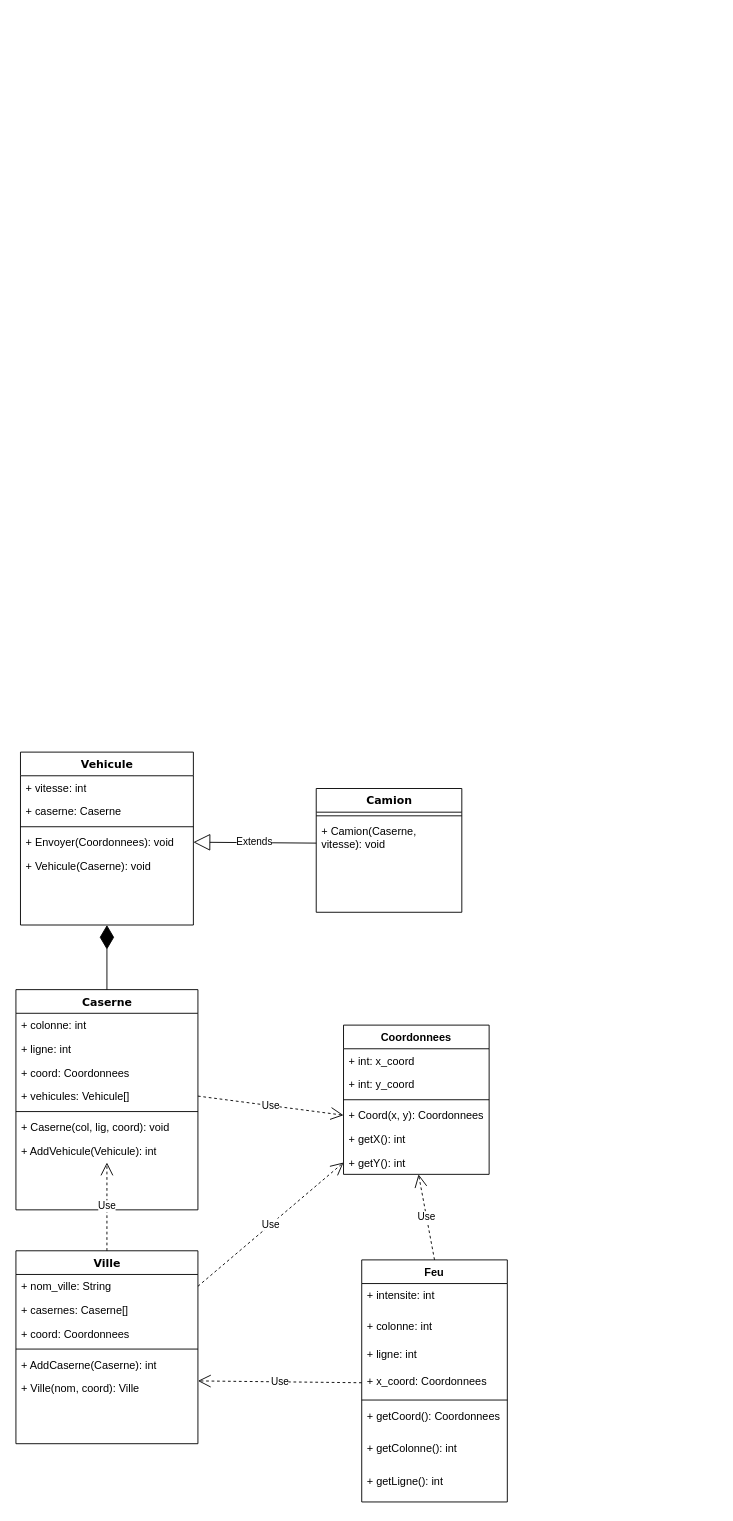
This is Archi_Schema/Diagramme_Classe_Manager.drawio from SimSua/projet_transversal, a draw.io file, before an edit. Source tidied: cells renumbered, new cells numbered last; positions are measured from the earlier drawing's top-left corner, leaving out a move shared by most shapes. Both pictures are drawn from the tidied source at 91%, with x=0, y=0 at pixel (15, 752).
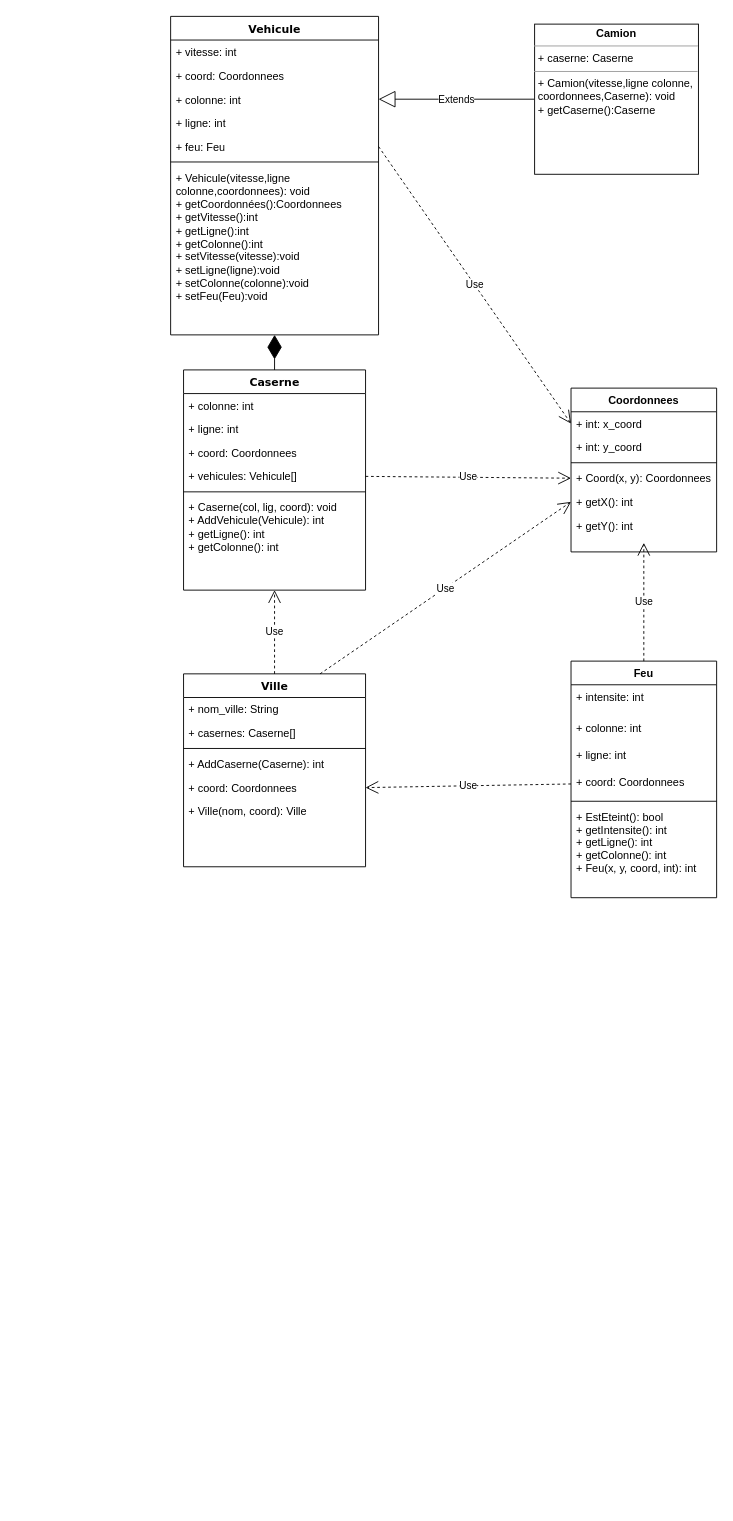
Above is the later version.

Unchanged cells that the change refers to:
```xml
<mxCell id="20" value="+ nom_ville: String" style="text;html=1;strokeColor=none;fillColor=none;align=left;verticalAlign=top;spacingLeft=4;spacingRight=4;whiteSpace=wrap;overflow=hidden;points=[[0,0.5],[1,0.5]];portConstraint=eastwest;" parent="19" vertex="1">
  <mxGeometry y="26" width="200" height="26" as="geometry" />
</mxCell>
<mxCell id="40" value="+ int: x_coord&#10;" style="text;strokeColor=none;fillColor=none;align=left;verticalAlign=top;spacingLeft=4;spacingRight=4;overflow=hidden;points=[[0,0.5],[1,0.5]];portConstraint=eastwest;" parent="39" vertex="1">
  <mxGeometry y="26" width="160" height="26" as="geometry" />
</mxCell>
<mxCell id="44" value="+ getX(): int" style="text;strokeColor=none;fillColor=none;align=left;verticalAlign=top;spacingLeft=4;spacingRight=4;overflow=hidden;points=[[0,0.5],[1,0.5]];portConstraint=eastwest;" parent="39" vertex="1">
  <mxGeometry y="112" width="160" height="26" as="geometry" />
</mxCell>
```

Change to the diagram source:
```diff
@@
     <mxCell id="2" value="Caserne" style="swimlane;html=1;fontStyle=1;align=center;verticalAlign=top;horizontal=1;startSize=26;swimlaneFillColor=#ffffff;rounded=0;shadow=0;comic=0;labelBackgroundColor=none;strokeWidth=1;fillColor=none;fontFamily=Verdana;fontSize=12;" parent="1" vertex="1">
-      <mxGeometry y="261" width="200" height="242" as="geometry" />
+      <mxGeometry x="184.2" y="-420" width="200" height="242" as="geometry" />
     </mxCell>
@@
-    <mxCell id="8" value="+ Caserne(col, lig, coord): void" style="text;html=1;strokeColor=none;fillColor=none;align=left;verticalAlign=top;spacingLeft=4;spacingRight=4;whiteSpace=wrap;overflow=hidden;" parent="2" vertex="1">
-      <mxGeometry y="138" width="200" height="26" as="geometry" />
+    <mxCell id="8" value="&lt;div&gt;+ Caserne(col, lig, coord): void&lt;/div&gt;&lt;div&gt;+ AddVehicule(Vehicule): int&lt;/div&gt;&lt;div&gt;+ getLigne(): int&lt;/div&gt;&lt;div&gt;+ getColonne(): int&lt;br&gt;&lt;/div&gt;" style="text;html=1;strokeColor=none;fillColor=none;align=left;verticalAlign=top;spacingLeft=4;spacingRight=4;whiteSpace=wrap;overflow=hidden;" parent="2" vertex="1">
+      <mxGeometry y="138" width="200" height="102" as="geometry" />
     </mxCell>
-    <mxCell id="9" value="+ AddVehicule(Vehicule): int" style="text;html=1;strokeColor=none;fillColor=none;align=left;verticalAlign=top;spacingLeft=4;spacingRight=4;whiteSpace=wrap;overflow=hidden;points=[[0,0.5],[1,0.5]];portConstraint=eastwest;" parent="2" vertex="1">
-      <mxGeometry y="164" width="200" height="26" as="geometry" />
-    </mxCell>
     <mxCell id="10" value="Vehicule" style="swimlane;html=1;fontStyle=1;align=center;verticalAlign=top;horizontal=1;startSize=26;swimlaneFillColor=#ffffff;rounded=0;shadow=0;comic=0;labelBackgroundColor=none;strokeWidth=1;fillColor=none;fontFamily=Verdana;fontSize=12;" parent="1" vertex="1">
-      <mxGeometry x="5" width="190" height="190" as="geometry" />
+      <mxGeometry x="170" y="-808.5" width="228.5" height="350" as="geometry" />
     </mxCell>
     <mxCell id="11" value="+ vitesse: int" style="text;html=1;strokeColor=none;fillColor=none;align=left;verticalAlign=top;spacingLeft=4;spacingRight=4;whiteSpace=wrap;overflow=hidden;" parent="10" vertex="1">
-      <mxGeometry y="26" width="190" height="26" as="geometry" />
+      <mxGeometry y="26" width="228.5" height="26" as="geometry" />
     </mxCell>
-    <mxCell id="12" value="+ caserne: Caserne" style="text;html=1;strokeColor=none;fillColor=none;align=left;verticalAlign=top;spacingLeft=4;spacingRight=4;whiteSpace=wrap;overflow=hidden;" parent="10" vertex="1">
-      <mxGeometry y="52" width="190" height="26" as="geometry" />
+    <mxCell id="12" value="+ coord: Coordonnees" style="text;html=1;strokeColor=none;fillColor=none;align=left;verticalAlign=top;spacingLeft=4;spacingRight=4;whiteSpace=wrap;overflow=hidden;" parent="10" vertex="1">
+      <mxGeometry y="52" width="228.5" height="26" as="geometry" />
     </mxCell>
+    <mxCell id="49" value="+ colonne: int" style="text;html=1;strokeColor=none;fillColor=none;align=left;verticalAlign=top;spacingLeft=4;spacingRight=4;whiteSpace=wrap;overflow=hidden;points=[[0,0.5],[1,0.5]];portConstraint=eastwest;" parent="10" vertex="1">
+      <mxGeometry y="78" width="228.5" height="26" as="geometry" />
+    </mxCell>
+    <mxCell id="50" value="+ ligne: int" style="text;html=1;strokeColor=none;fillColor=none;align=left;verticalAlign=top;spacingLeft=4;spacingRight=4;whiteSpace=wrap;overflow=hidden;" parent="10" vertex="1">
+      <mxGeometry y="104" width="228.5" height="26" as="geometry" />
+    </mxCell>
+    <mxCell id="51" value="+ feu: Feu" style="text;html=1;strokeColor=none;fillColor=none;align=left;verticalAlign=top;spacingLeft=4;spacingRight=4;whiteSpace=wrap;overflow=hidden;points=[[0,0.5],[1,0.5]];portConstraint=eastwest;" parent="10" vertex="1">
+      <mxGeometry y="130" width="228.5" height="26" as="geometry" />
+    </mxCell>
     <mxCell id="13" style="line;html=1;strokeWidth=1;fillColor=none;align=left;verticalAlign=middle;spacingTop=-1;spacingLeft=3;spacingRight=3;labelPosition=right;" parent="10" vertex="1">
-      <mxGeometry y="78" width="190" height="8" as="geometry" />
+      <mxGeometry y="156" width="228.5" height="8" as="geometry" />
     </mxCell>
-    <mxCell id="14" value="+ Envoyer(Coordonnees): void" style="text;html=1;strokeColor=none;fillColor=none;align=left;verticalAlign=top;spacingLeft=4;spacingRight=4;whiteSpace=wrap;overflow=hidden;points=[[0,0.5],[1,0.5]];portConstraint=eastwest;" parent="10" vertex="1">
-      <mxGeometry y="86" width="190" height="26" as="geometry" />
-    </mxCell>
-    <mxCell id="15" value="+ Vehicule(Caserne): void" style="text;html=1;strokeColor=none;fillColor=none;align=left;verticalAlign=top;spacingLeft=4;spacingRight=4;whiteSpace=wrap;overflow=hidden;" parent="10" vertex="1">
-      <mxGeometry y="112" width="190" height="52" as="geometry" />
+    <mxCell id="15" value="&lt;div&gt;+ Vehicule(vitesse,ligne colonne,coordonnees): void&lt;/div&gt;&lt;div&gt;+ getCoordonnées():Coordonnees&lt;/div&gt;&lt;div&gt;+ getVitesse():int&lt;/div&gt;&lt;div&gt;+ getLigne():int&lt;/div&gt;&lt;div&gt;+ getColonne():int&lt;/div&gt;&lt;div&gt;+ setVitesse(vitesse):void&lt;/div&gt;&lt;div&gt;+ setLigne(ligne):void&lt;/div&gt;&lt;div&gt;+ setColonne(colonne):void&lt;/div&gt;&lt;div&gt;+ setFeu(Feu):void&lt;br&gt;&lt;/div&gt;" style="text;html=1;strokeColor=none;fillColor=none;align=left;verticalAlign=top;spacingLeft=4;spacingRight=4;whiteSpace=wrap;overflow=hidden;" parent="10" vertex="1">
+      <mxGeometry y="164" width="228.5" height="186" as="geometry" />
     </mxCell>
-    <mxCell id="16" value="Camion&lt;br&gt;" style="swimlane;html=1;fontStyle=1;align=center;verticalAlign=top;horizontal=1;startSize=26;swimlaneFillColor=#ffffff;rounded=0;shadow=0;comic=0;labelBackgroundColor=none;strokeWidth=1;fillColor=none;fontFamily=Verdana;fontSize=12;" parent="1" vertex="1">
-      <mxGeometry x="330" y="40" width="160" height="136" as="geometry" />
-    </mxCell>
-    <mxCell id="17" style="line;html=1;strokeWidth=1;fillColor=none;align=left;verticalAlign=middle;spacingTop=-1;spacingLeft=3;spacingRight=3;labelPosition=right;" parent="16" vertex="1">
-      <mxGeometry y="26" width="160" height="8" as="geometry" />
-    </mxCell>
-    <mxCell id="18" value="+ Camion(Caserne, vitesse): void" style="text;html=1;strokeColor=none;fillColor=none;align=left;verticalAlign=top;spacingLeft=4;spacingRight=4;whiteSpace=wrap;overflow=hidden;points=[[0,0.5],[1,0.5]];portConstraint=eastwest;" parent="16" vertex="1">
-      <mxGeometry y="34" width="160" height="52" as="geometry" />
-    </mxCell>
     <mxCell id="19" value="Ville" style="swimlane;html=1;fontStyle=1;align=center;verticalAlign=top;horizontal=1;startSize=26;swimlaneFillColor=#ffffff;rounded=0;shadow=0;comic=0;labelBackgroundColor=none;strokeWidth=1;fillColor=none;fontFamily=Verdana;fontSize=12;" parent="1" vertex="1">
-      <mxGeometry y="548" width="200" height="212" as="geometry" />
+      <mxGeometry x="184.2" y="-86" width="200" height="212" as="geometry" />
     </mxCell>
@@
-    <mxCell id="22" value="+ coord: Coordonnees" style="text;html=1;strokeColor=none;fillColor=none;align=left;verticalAlign=top;spacingLeft=4;spacingRight=4;whiteSpace=wrap;overflow=hidden;points=[[0,0.5],[1,0.5]];portConstraint=eastwest;" parent="19" vertex="1">
-      <mxGeometry y="78" width="200" height="26" as="geometry" />
-    </mxCell>
     <mxCell id="23" style="line;html=1;strokeWidth=1;fillColor=none;align=left;verticalAlign=middle;spacingTop=-1;spacingLeft=3;spacingRight=3;labelPosition=right;" parent="19" vertex="1">
-      <mxGeometry y="104" width="200" height="8" as="geometry" />
+      <mxGeometry y="78" width="200" height="8" as="geometry" />
     </mxCell>
     <mxCell id="24" value="+ AddCaserne(Caserne): int" style="text;html=1;strokeColor=none;fillColor=none;align=left;verticalAlign=top;spacingLeft=4;spacingRight=4;whiteSpace=wrap;overflow=hidden;" parent="19" vertex="1">
-      <mxGeometry y="112" width="200" height="26" as="geometry" />
+      <mxGeometry y="86" width="200" height="26" as="geometry" />
     </mxCell>
+    <mxCell id="22" value="+ coord: Coordonnees" style="text;html=1;strokeColor=none;fillColor=none;align=left;verticalAlign=top;spacingLeft=4;spacingRight=4;whiteSpace=wrap;overflow=hidden;points=[[0,0.5],[1,0.5]];portConstraint=eastwest;" parent="19" vertex="1">
+      <mxGeometry y="112" width="200" height="26" as="geometry" />
+    </mxCell>
@@
     <mxCell id="26" value="Feu" style="swimlane;fontStyle=1;align=center;verticalAlign=top;horizontal=1;startSize=26;" parent="1" vertex="1">
-      <mxGeometry x="380" y="558" width="160" height="266" as="geometry" />
+      <mxGeometry x="610" y="-100" width="160" height="260" as="geometry" />
     </mxCell>
@@
-    <mxCell id="30" value="+ x_coord: Coordonnees&#10;" style="text;strokeColor=none;fillColor=none;align=left;verticalAlign=top;spacingLeft=4;spacingRight=4;overflow=hidden;points=[[0,0.5],[1,0.5]];portConstraint=eastwest;" parent="26" vertex="1">
+    <mxCell id="30" value="+ coord: Coordonnees&#10;" style="text;strokeColor=none;fillColor=none;align=left;verticalAlign=top;spacingLeft=4;spacingRight=4;overflow=hidden;points=[[0,0.5],[1,0.5]];portConstraint=eastwest;" parent="26" vertex="1">
       <mxGeometry y="120" width="160" height="30" as="geometry" />
     </mxCell>
@@
-    <mxCell id="32" value="+ getCoord(): Coordonnees&#10;" style="text;strokeColor=none;fillColor=none;align=left;verticalAlign=top;spacingLeft=4;spacingRight=4;overflow=hidden;" parent="26" vertex="1">
-      <mxGeometry y="158" width="160" height="36" as="geometry" />
+    <mxCell id="32" value="+ EstEteint(): bool&#10;+ getIntensite(): int&#10;+ getLigne(): int&#10;+ getColonne(): int&#10;+ Feu(x, y, coord, int): int" style="text;strokeColor=none;fillColor=none;align=left;verticalAlign=top;spacingLeft=4;spacingRight=4;overflow=hidden;" parent="26" vertex="1">
+      <mxGeometry y="158" width="160" height="102" as="geometry" />
     </mxCell>
-    <mxCell id="33" value="+ getColonne(): int&#10; &#10;" style="text;strokeColor=none;fillColor=none;align=left;verticalAlign=top;spacingLeft=4;spacingRight=4;overflow=hidden;" parent="26" vertex="1">
-      <mxGeometry y="194" width="160" height="36" as="geometry" />
-    </mxCell>
-    <mxCell id="34" value="+ getLigne(): int&#10; &#10;" style="text;strokeColor=none;fillColor=none;align=left;verticalAlign=top;spacingLeft=4;spacingRight=4;overflow=hidden;" parent="26" vertex="1">
-      <mxGeometry y="230" width="160" height="36" as="geometry" />
-    </mxCell>
-    <mxCell id="35" value="Extends" style="endArrow=block;endSize=16;endFill=0;html=1;entryX=1;entryY=0.5;entryDx=0;entryDy=0;exitX=0;exitY=0.5;exitDx=0;exitDy=0;" parent="1" edge="1" source="18" target="14">
+    <mxCell id="35" value="Extends" style="endArrow=block;endSize=16;endFill=0;html=1;entryX=1;entryY=0.5;entryDx=0;entryDy=0;exitX=0;exitY=0.5;exitDx=0;exitDy=0;" parent="1" edge="1" source="54" target="49">
       <mxGeometry relative="1" as="geometry" />
     </mxCell>
@@
-    <mxCell id="37" value="Use" style="endArrow=open;endSize=12;dashed=1;html=1;exitX=0.5;exitY=0;exitDx=0;exitDy=0;entryX=0.5;entryY=1;entryDx=0;entryDy=0;entryPerimeter=0;" parent="1" edge="1" source="19" target="9">
+    <mxCell id="37" value="Use" style="endArrow=open;endSize=12;dashed=1;html=1;exitX=0.5;exitY=0;exitDx=0;exitDy=0;entryX=0.5;entryY=1;entryDx=0;entryDy=0;" parent="1" edge="1" source="19" target="2">
       <mxGeometry relative="1" as="geometry" />
     </mxCell>
-    <mxCell id="38" value="Use" style="endArrow=open;endSize=12;dashed=1;html=1;exitX=0;exitY=0.5;exitDx=0;exitDy=0;entryX=1;entryY=0.5;entryDx=0;entryDy=0;" parent="1" edge="1" source="30">
-      <mxGeometry relative="1" as="geometry">
-        <mxPoint x="200" y="691" as="targetPoint" />
-      </mxGeometry>
+    <mxCell id="38" value="Use" style="endArrow=open;endSize=12;dashed=1;html=1;exitX=0;exitY=0.5;exitDx=0;exitDy=0;entryX=1;entryY=0.5;entryDx=0;entryDy=0;" parent="1" edge="1" source="30" target="22">
+      <mxGeometry relative="1" as="geometry" />
     </mxCell>
     <mxCell id="39" value="Coordonnees" style="swimlane;fontStyle=1;align=center;verticalAlign=top;horizontal=1;startSize=26;" parent="1" vertex="1">
-      <mxGeometry x="360" y="300" width="160" height="164" as="geometry" />
+      <mxGeometry x="610" y="-400" width="160" height="180" as="geometry" />
     </mxCell>
@@
     <mxCell id="45" value="+ getY(): int" style="text;strokeColor=none;fillColor=none;align=left;verticalAlign=top;spacingLeft=4;spacingRight=4;overflow=hidden;points=[[0,0.5],[1,0.5]];portConstraint=eastwest;" parent="39" vertex="1">
-      <mxGeometry y="138" width="160" height="26" as="geometry" />
+      <mxGeometry y="138" width="160" height="42" as="geometry" />
     </mxCell>
@@
-    <mxCell id="47" value="Use" style="endArrow=open;endSize=12;dashed=1;html=1;exitX=1;exitY=0.5;exitDx=0;exitDy=0;entryX=0;entryY=0.5;entryDx=0;entryDy=0;" parent="1" edge="1" source="20" target="45">
-      <mxGeometry relative="1" as="geometry" />
-    </mxCell>
-    <mxCell id="48" value="Use" style="endArrow=open;endSize=12;dashed=1;html=1;exitX=0.5;exitY=0;exitDx=0;exitDy=0;" parent="1" edge="1" source="26" target="45">
+    <mxCell id="48" value="Use" style="endArrow=open;endSize=12;dashed=1;html=1;exitX=0.5;exitY=0;exitDx=0;exitDy=0;entryX=0.5;entryY=0.762;entryDx=0;entryDy=0;entryPerimeter=0;" parent="1" edge="1" source="26" target="45">
       <mxGeometry relative="1" as="geometry" />
     </mxCell>
+    <mxCell id="52" value="Use" style="endArrow=open;endSize=12;dashed=1;html=1;exitX=0.75;exitY=0;exitDx=0;exitDy=0;entryX=0;entryY=0.5;entryDx=0;entryDy=0;" parent="1" edge="1" source="19" target="44">
+      <mxGeometry relative="1" as="geometry" />
+    </mxCell>
+    <mxCell id="53" value="Use" style="endArrow=open;endSize=12;dashed=1;html=1;exitX=1;exitY=0.5;exitDx=0;exitDy=0;entryX=0;entryY=0.5;entryDx=0;entryDy=0;" parent="1" edge="1" source="51" target="40">
+      <mxGeometry relative="1" as="geometry" />
+    </mxCell>
+    <mxCell id="54" value="&lt;p style=&quot;margin: 0px ; margin-top: 4px ; text-align: center&quot;&gt;&lt;b&gt;Camion&lt;/b&gt;&lt;/p&gt;&lt;hr size=&quot;1&quot;&gt;&lt;p style=&quot;margin: 0px ; margin-left: 4px&quot;&gt;+ caserne: Caserne&lt;br&gt;&lt;/p&gt;&lt;hr size=&quot;1&quot;&gt;&lt;p style=&quot;margin: 0px ; margin-left: 4px&quot;&gt;+ Camion(vitesse,ligne colonne,&lt;/p&gt;&lt;p style=&quot;margin: 0px ; margin-left: 4px&quot;&gt;coordonnees,Caserne): void&lt;/p&gt;&lt;p style=&quot;margin: 0px ; margin-left: 4px&quot;&gt;+ getCaserne():Caserne&lt;/p&gt;" style="verticalAlign=top;align=left;overflow=fill;fontSize=12;fontFamily=Helvetica;html=1;" parent="1" vertex="1">
+      <mxGeometry x="570" y="-800" width="180" height="165" as="geometry" />
+    </mxCell>
```
